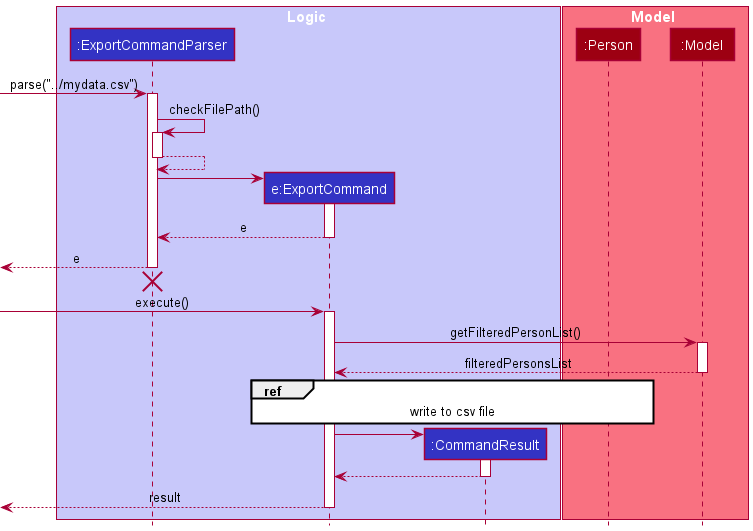
The PlantUML diagram docs/images/ExportSequenceDiagram.png in rcjj98/tp, before a commit.
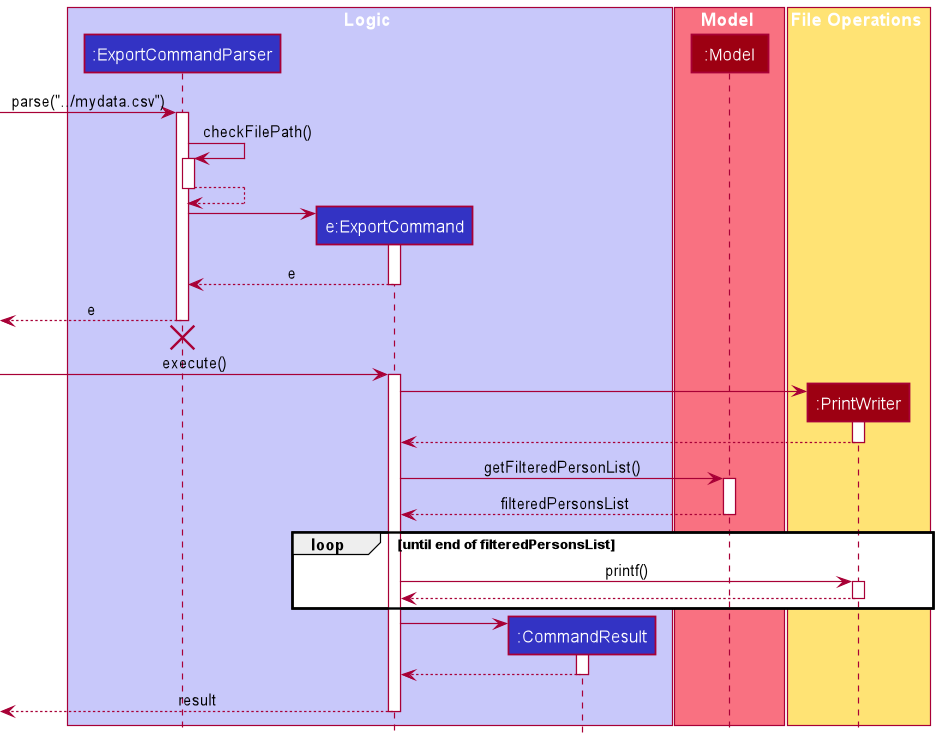
After the commit.

Commit message:
update sequence diagram

Diff of the diagram source:
```diff
@@ -8,8 +8,11 @@
 end box
 
 box Model MODEL_COLOR_T1
-participant ":Person" as Person MODEL_COLOR
 participant ":Model" as Model MODEL_COLOR
+end box
+
+box File Operations STORAGE_COLOR_T1
+participant ":PrintWriter" as PrintWriter MODEL_COLOR
 end box
 
 [-> ExportCommandParser : parse("../mydata.csv")
@@ -38,14 +41,23 @@
 [-> ExportCommand : execute()
 activate ExportCommand
 
+create PrintWriter
+ExportCommand -> PrintWriter
+activate PrintWriter
+PrintWriter --> ExportCommand
+deactivate PrintWriter
+
 ExportCommand -> Model : getFilteredPersonList()
 activate Model
 Model --> ExportCommand : filteredPersonsList
 deactivate Model
 
-ref over ExportCommand, Person
-write to csv file
-end ref
+loop until end of filteredPersonsList
+ExportCommand -> PrintWriter : printf()
+activate PrintWriter
+PrintWriter --> ExportCommand
+deactivate PrintWriter
+end loop
 
 create CommandResult
 ExportCommand -> CommandResult
```
